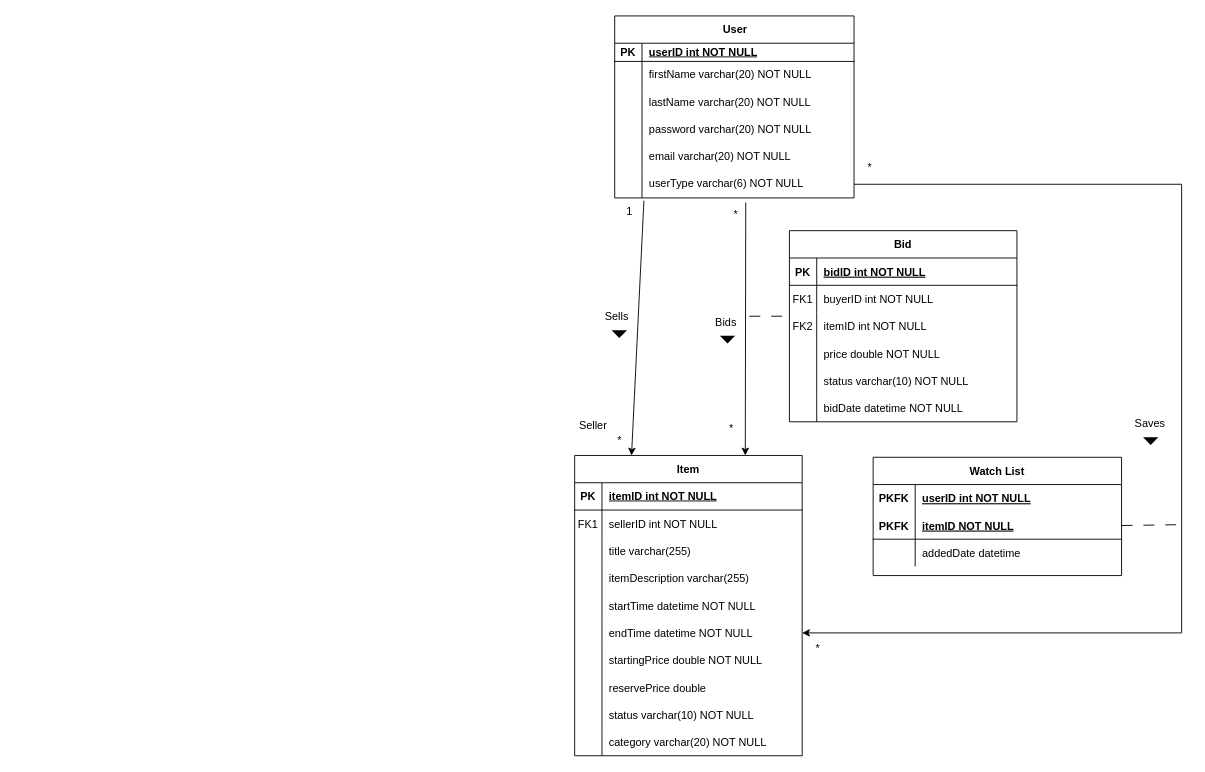
This is Soran_ER_Diagram.drawio from AnTienHuang/COMP0178, a draw.io file, before an edit. Source tidied: cells renumbered, new cells numbered last; positions are measured from the earlier drawing's top-left corner, leaving out a move shared by most shapes. Both pictures are drawn from the tidied source at 91%, with x=0, y=0 at pixel (570, 15).
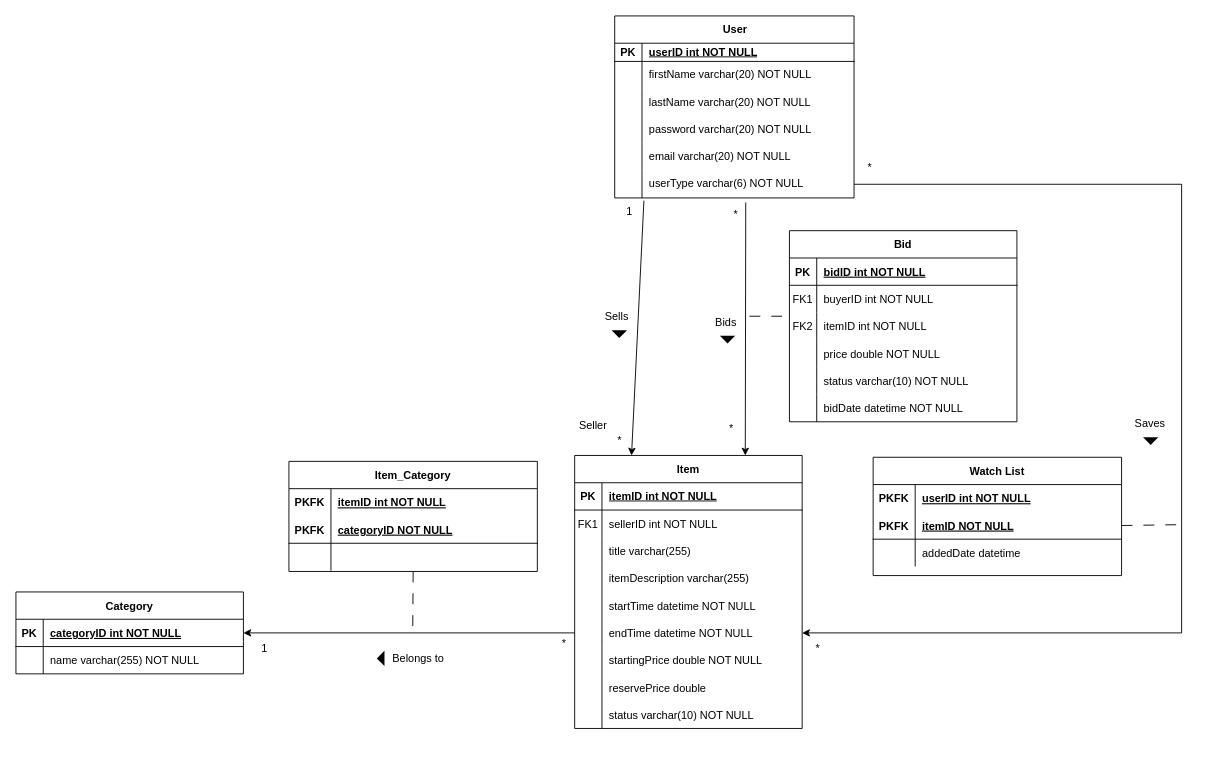
The same page after the edit.

Commit message:
Add category and category_item table

Unchanged cells that the change refers to:
```xml
<mxCell id="60" style="shape=partialRectangle;fillColor=none;points=[[0,0.5],[1,0.5]];portConstraint=eastwest;top=0;left=0;right=0;bottom=0;" parent="44" vertex="1">
  <mxGeometry y="180" width="250" height="30" as="geometry" />
</mxCell>
```

What changed in the source:
```diff
@@
     <mxCell id="44" value="Item" style="shape=table;startSize=30;childLayout=tableLayout;rowLines=0;fontStyle=1;align=center;swimlaneLine=1;" parent="1" vertex="1">
-      <mxGeometry x="5" y="483" width="250" height="330" as="geometry" />
+      <mxGeometry x="5" y="483" width="250" height="300" as="geometry" />
     </mxCell>
@@
-    <mxCell id="72" style="shape=partialRectangle;fillColor=none;top=0;left=0;right=0;bottom=0;" parent="44" vertex="1">
-      <mxGeometry y="300" width="250" height="30" as="geometry" />
-    </mxCell>
-    <mxCell id="73" style="shape=partialRectangle;overflow=hidden;fillColor=none;top=0;left=0;bottom=0;right=0;" parent="72" vertex="1">
-      <mxGeometry width="30" height="30" as="geometry" />
-    </mxCell>
-    <mxCell id="74" value="category varchar(20) NOT NULL" style="shape=partialRectangle;overflow=hidden;fillColor=none;top=0;left=0;bottom=0;right=0;align=left;spacingLeft=6;" parent="72" vertex="1">
-      <mxGeometry x="30" width="220" height="30" as="geometry" />
-    </mxCell>
@@
+    <mxCell id="99" value="Item_Category" style="shape=table;startSize=30;childLayout=tableLayout;rowLines=0;fontStyle=1;align=center;" parent="1" vertex="1">
+      <mxGeometry x="-309" y="489.5" width="273" height="121" as="geometry" />
+    </mxCell>
+    <mxCell id="100" style="shape=partialRectangle;fillColor=none;top=0;left=0;right=0;bottom=0;" parent="99" vertex="1">
+      <mxGeometry y="30" width="273" height="30" as="geometry" />
+    </mxCell>
+    <mxCell id="101" value="PKFK" style="shape=partialRectangle;overflow=hidden;fillColor=none;top=0;left=0;bottom=0;right=0;fontStyle=1;" parent="100" vertex="1">
+      <mxGeometry width="46.2" height="30" as="geometry" />
+    </mxCell>
+    <mxCell id="102" value="itemID int NOT NULL" style="shape=partialRectangle;overflow=hidden;fillColor=none;top=0;left=0;bottom=0;right=0;align=left;spacingLeft=6;fontStyle=5;" parent="100" vertex="1">
+      <mxGeometry x="46.2" width="226.8" height="30" as="geometry" />
+    </mxCell>
+    <mxCell id="103" style="shape=partialRectangle;fillColor=none;top=0;left=0;right=0;bottom=1;" parent="99" vertex="1">
+      <mxGeometry y="60" width="273" height="30" as="geometry" />
+    </mxCell>
+    <mxCell id="104" value="PKFK" style="shape=partialRectangle;overflow=hidden;fillColor=none;top=0;left=0;bottom=0;right=0;fontStyle=1;" parent="103" vertex="1">
+      <mxGeometry width="46.2" height="30" as="geometry" />
+    </mxCell>
+    <mxCell id="105" value="categoryID NOT NULL" style="shape=partialRectangle;overflow=hidden;fillColor=none;top=0;left=0;bottom=0;right=0;align=left;spacingLeft=6;fontStyle=5;" parent="103" vertex="1">
+      <mxGeometry x="46.2" width="226.8" height="30" as="geometry" />
+    </mxCell>
+    <mxCell id="106" style="shape=partialRectangle;fillColor=none;top=0;left=0;right=0;bottom=0;" parent="99" vertex="1">
+      <mxGeometry y="90" width="273" height="30" as="geometry" />
+    </mxCell>
+    <mxCell id="107" style="shape=partialRectangle;overflow=hidden;fillColor=none;top=0;left=0;bottom=0;right=0;" parent="106" vertex="1">
+      <mxGeometry width="46.2" height="30" as="geometry" />
+    </mxCell>
+    <mxCell id="108" style="shape=partialRectangle;overflow=hidden;fillColor=none;top=0;left=0;bottom=0;right=0;align=left;spacingLeft=6;" parent="106" vertex="1">
+      <mxGeometry x="46.2" width="226.8" height="30" as="geometry" />
+    </mxCell>
+    <mxCell id="109" value="Category" style="shape=table;startSize=30;childLayout=tableLayout;rowLines=0;fontStyle=1;align=center;" parent="1" vertex="1">
+      <mxGeometry x="-609" y="633" width="250" height="90" as="geometry" />
+    </mxCell>
+    <mxCell id="110" style="shape=partialRectangle;fillColor=none;points=[[0,0.5],[1,0.5]];portConstraint=eastwest;top=0;left=0;right=0;bottom=1;" parent="109" vertex="1">
+      <mxGeometry y="30" width="250" height="30" as="geometry" />
+    </mxCell>
+    <mxCell id="111" value="PK" style="shape=partialRectangle;overflow=hidden;fillColor=none;top=0;left=0;bottom=0;right=0;fontStyle=1;" parent="110" vertex="1">
+      <mxGeometry width="30" height="30" as="geometry" />
+    </mxCell>
+    <mxCell id="112" value="categoryID int NOT NULL " style="shape=partialRectangle;overflow=hidden;fillColor=none;top=0;left=0;bottom=0;right=0;align=left;spacingLeft=6;fontStyle=5;" parent="110" vertex="1">
+      <mxGeometry x="30" width="220" height="30" as="geometry" />
+    </mxCell>
+    <mxCell id="113" style="shape=partialRectangle;fillColor=none;top=0;left=0;right=0;bottom=0;" parent="109" vertex="1">
+      <mxGeometry y="60" width="250" height="30" as="geometry" />
+    </mxCell>
+    <mxCell id="73" style="shape=partialRectangle;overflow=hidden;fillColor=none;top=0;left=0;bottom=0;right=0;" parent="113" vertex="1">
+      <mxGeometry width="30" height="30" as="geometry" />
+    </mxCell>
+    <mxCell id="114" value="name varchar(255) NOT NULL" style="shape=partialRectangle;overflow=hidden;fillColor=none;top=0;left=0;bottom=0;right=0;align=left;spacingLeft=6;" parent="113" vertex="1">
+      <mxGeometry x="30" width="220" height="30" as="geometry" />
+    </mxCell>
+    <mxCell id="115" style="edgeStyle=orthogonalEdgeStyle;rounded=0;jettySize=auto;html=1;entryX=1;entryY=0.5;entryDx=0;entryDy=0;" parent="1" edge="1" source="60" target="110">
+      <mxGeometry relative="1" as="geometry" />
+    </mxCell>
+    <mxCell id="116" style="triangle;fillColor=strokeColor;rotation=90;strokeWidth=2;direction=south;" parent="1" vertex="1">
+      <mxGeometry x="-214" y="703" width="12" height="6" as="geometry" />
+    </mxCell>
+    <mxCell id="117" value="&lt;font style=&quot;font-size: 12px;&quot;&gt;Belongs to&lt;/font&gt;" style="text;html=1;align=center;verticalAlign=middle;strokeColor=none;fillColor=none;strokeWidth=5;" parent="1" vertex="1">
+      <mxGeometry x="-205" y="693" width="75" height="26" as="geometry" />
+    </mxCell>
+    <mxCell id="118" value="*" style="text;html=1;align=center;verticalAlign=middle;strokeColor=none;fillColor=none;" parent="1" vertex="1">
+      <mxGeometry x="-19" y="677" width="23" height="26" as="geometry" />
+    </mxCell>
+    <mxCell id="119" value="1" style="text;html=1;align=center;verticalAlign=middle;strokeColor=none;fillColor=none;" parent="1" vertex="1">
+      <mxGeometry x="-349" y="683" width="25" height="26" as="geometry" />
+    </mxCell>
+    <mxCell id="120" style="endArrow=none;html=1;rounded=0;align=center;verticalAlign=bottom;labelBackgroundColor=none;startArrow=none;startFill=0;dashed=1;dashPattern=12 12;exitX=0.5;exitY=1;exitDx=0;exitDy=0;" parent="1" edge="1" source="99">
+      <mxGeometry relative="1" as="geometry">
+        <mxPoint x="-173" y="681" as="targetPoint" />
+      </mxGeometry>
+    </mxCell>
```
